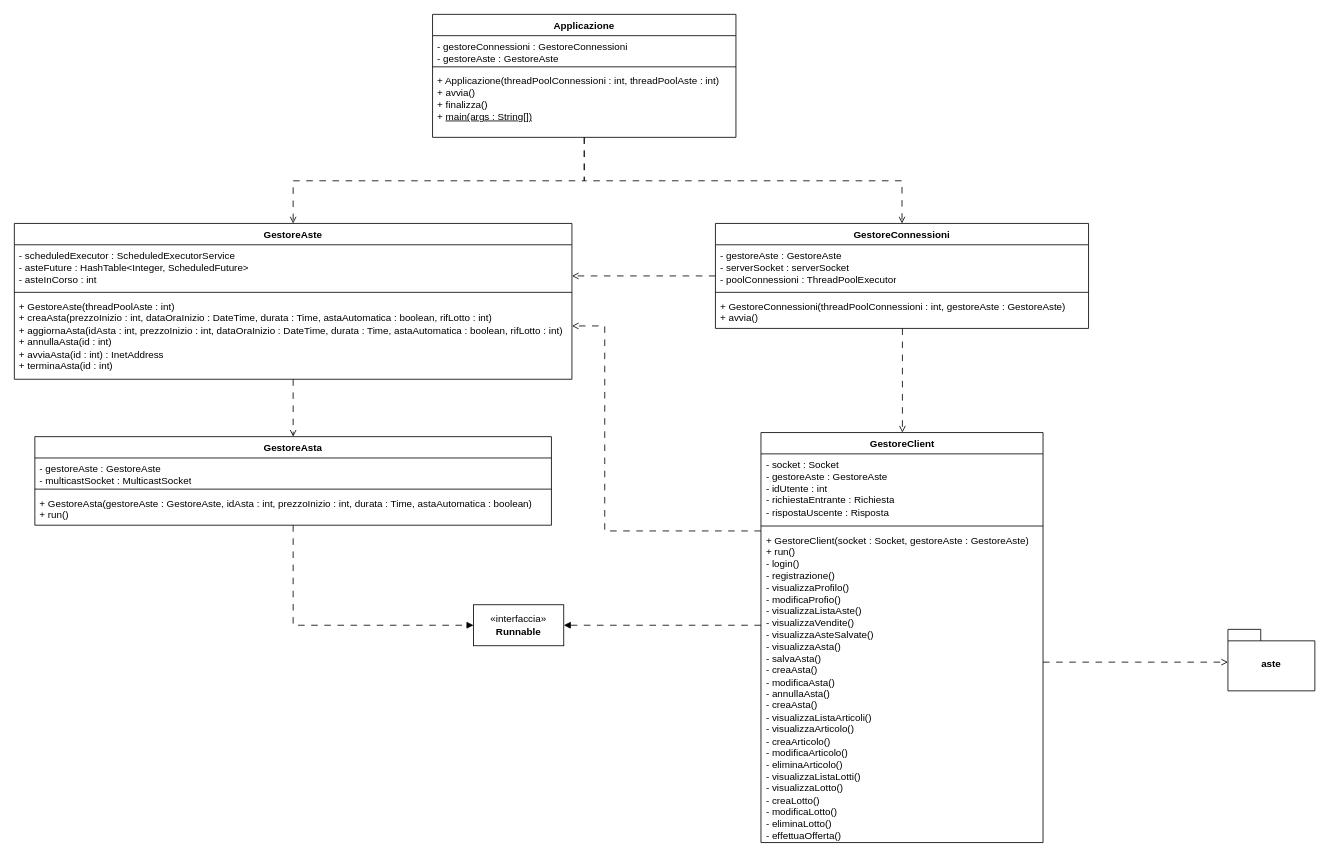
The draw.io diagram documenti/DC-Server.drawio in Chaos-Rat/GAO, before the edit. Source tidied: cells renumbered, new cells numbered last; positions are measured from the earlier drawing's top-left corner, leaving out a move shared by most shapes. Both pictures are drawn from the tidied source at 82%, with x=0, y=0 at pixel (14, 14).
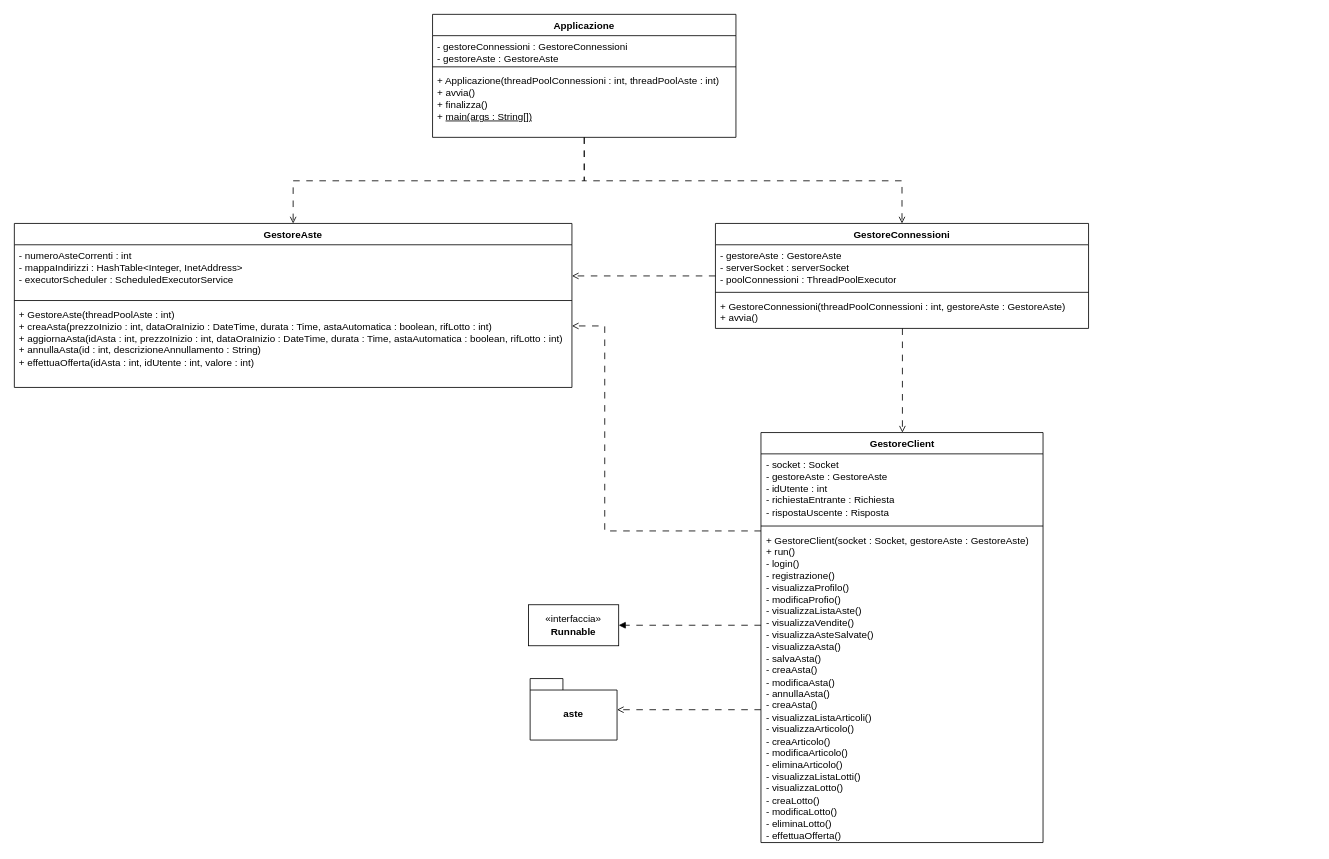
Above is the later version.

Commit message:
Aggiornato diagramma classi server

Unchanged cells that the change refers to:
```xml
<mxCell id="10" value="GestoreClient" style="swimlane;fontStyle=1;align=center;verticalAlign=top;horizontal=1;startSize=26;whiteSpace=wrap;html=1;" parent="1" vertex="1">
  <mxGeometry x="910.5" y="510" width="344" height="500" as="geometry" />
</mxCell>
```

The edit, as a diff of the source:
```diff
@@
-    <mxCell id="8" style="edgeStyle=orthogonalEdgeStyle;rounded=0;jettySize=auto;html=1;dashed=1;dashPattern=8 8;endArrow=block;endFill=1;" parent="1" edge="1" source="10" target="31">
-      <mxGeometry relative="1" as="geometry">
-        <Array as="points">
-          <mxPoint x="830" y="745" />
-          <mxPoint x="830" y="745" />
-        </Array>
-      </mxGeometry>
+    <mxCell id="8" style="edgeStyle=elbowEdgeStyle;rounded=0;jettySize=auto;html=1;dashed=1;dashPattern=8 8;endArrow=block;endFill=1;elbow=vertical;" parent="1" edge="1" source="10" target="31">
+      <mxGeometry relative="1" as="geometry" />
     </mxCell>
-    <mxCell id="9" style="edgeStyle=elbowEdgeStyle;rounded=0;jettySize=auto;html=1;elbow=vertical;dashed=1;dashPattern=8 8;endArrow=open;endFill=0;" parent="1" edge="1" target="32">
-      <mxGeometry relative="1" as="geometry">
-        <mxPoint x="1254.5" y="790" as="sourcePoint" />
-        <Array as="points">
-          <mxPoint x="1367" y="790" />
-        </Array>
-      </mxGeometry>
+    <mxCell id="9" style="edgeStyle=elbowEdgeStyle;rounded=0;jettySize=auto;html=1;dashed=1;dashPattern=8 8;endArrow=open;endFill=0;elbow=vertical;" parent="1" edge="1" source="10" target="32">
+      <mxGeometry relative="1" as="geometry" />
     </mxCell>
@@
-    <mxCell id="20" style="edgeStyle=elbowEdgeStyle;rounded=0;jettySize=auto;html=1;dashed=1;dashPattern=8 8;endArrow=open;endFill=0;" parent="1" edge="1" source="21" target="27">
-      <mxGeometry relative="1" as="geometry">
-        <Array as="points">
-          <mxPoint x="340" y="480" />
-        </Array>
-      </mxGeometry>
-    </mxCell>
     <mxCell id="21" value="GestoreAste" style="swimlane;fontStyle=1;align=center;verticalAlign=top;horizontal=1;startSize=26;whiteSpace=wrap;html=1;" parent="1" vertex="1">
-      <mxGeometry y="255" width="680" height="190" as="geometry" />
+      <mxGeometry y="255" width="680" height="200" as="geometry" />
     </mxCell>
-    <mxCell id="22" value="&lt;div&gt;- scheduledExecutor : ScheduledExecutorService&lt;br&gt;&lt;/div&gt;&lt;div&gt;- asteFuture : HashTable&amp;lt;Integer, ScheduledFuture&amp;gt;&lt;/div&gt;&lt;div&gt;- asteInCorso : int&lt;/div&gt;" style="text;strokeColor=none;fillColor=none;align=left;verticalAlign=top;spacingLeft=4;spacingRight=4;overflow=hidden;whiteSpace=wrap;html=1;" parent="21" vertex="1">
-      <mxGeometry y="26" width="680" height="54" as="geometry" />
+    <mxCell id="22" value="&lt;div&gt;- numeroAsteCorrenti : int&lt;/div&gt;&lt;div&gt;- mappaIndirizzi : HashTable&amp;lt;Integer, InetAddress&amp;gt;&lt;/div&gt;&lt;div&gt;- executorScheduler : ScheduledExecutorService&lt;/div&gt;" style="text;strokeColor=none;fillColor=none;align=left;verticalAlign=top;spacingLeft=4;spacingRight=4;overflow=hidden;whiteSpace=wrap;html=1;" parent="21" vertex="1">
+      <mxGeometry y="26" width="680" height="64" as="geometry" />
     </mxCell>
     <mxCell id="23" style="line;strokeWidth=1;fillColor=none;align=left;verticalAlign=middle;spacingTop=-1;spacingLeft=3;spacingRight=3;labelPosition=right;strokeColor=inherit;" parent="21" vertex="1">
-      <mxGeometry y="80" width="680" height="8" as="geometry" />
+      <mxGeometry y="90" width="680" height="8" as="geometry" />
     </mxCell>
-    <mxCell id="24" value="&lt;div&gt;+ GestoreAste(threadPoolAste : int)&lt;/div&gt;&lt;div&gt;+ creaAsta(prezzoInizio : int, dataOraInizio : DateTime, durata : Time, astaAutomatica : boolean, rifLotto : int)&lt;/div&gt;&lt;div&gt;+ aggiornaAsta(idAsta : int, prezzoInizio : int, dataOraInizio : DateTime, durata : Time, astaAutomatica : boolean, rifLotto : int)&lt;/div&gt;&lt;div&gt;+ annullaAsta(id : int)&lt;/div&gt;&lt;div&gt;+ avviaAsta(id : int) : InetAddress&lt;/div&gt;&lt;div&gt;+ terminaAsta(id : int)&lt;/div&gt;" style="text;strokeColor=none;fillColor=none;align=left;verticalAlign=top;spacingLeft=4;spacingRight=4;overflow=hidden;whiteSpace=wrap;html=1;" parent="21" vertex="1">
-      <mxGeometry y="88" width="680" height="102" as="geometry" />
+    <mxCell id="24" value="&lt;div&gt;+ GestoreAste(threadPoolAste : int)&lt;/div&gt;&lt;div&gt;+ creaAsta(prezzoInizio : int, dataOraInizio : DateTime, durata : Time, astaAutomatica : boolean, rifLotto : int)&lt;/div&gt;&lt;div&gt;+ aggiornaAsta(idAsta : int, prezzoInizio : int, dataOraInizio : DateTime, durata : Time, astaAutomatica : boolean, rifLotto : int)&lt;/div&gt;&lt;div&gt;+ annullaAsta(id : int, descrizioneAnnullamento : String)&lt;/div&gt;&lt;div&gt;+ effettuaOfferta(idAsta : int, idUtente : int, valore : int)&lt;/div&gt;&lt;div&gt;&lt;br&gt;&lt;/div&gt;" style="text;strokeColor=none;fillColor=none;align=left;verticalAlign=top;spacingLeft=4;spacingRight=4;overflow=hidden;whiteSpace=wrap;html=1;" parent="21" vertex="1">
+      <mxGeometry y="98" width="680" height="102" as="geometry" />
     </mxCell>
@@
-    <mxCell id="26" style="edgeStyle=orthogonalEdgeStyle;rounded=0;jettySize=auto;html=1;dashed=1;dashPattern=8 8;endArrow=block;endFill=1;" parent="1" edge="1" source="27" target="31">
-      <mxGeometry relative="1" as="geometry">
-        <Array as="points">
-          <mxPoint x="340" y="745" />
-        </Array>
-      </mxGeometry>
-    </mxCell>
-    <mxCell id="27" value="GestoreAsta" style="swimlane;fontStyle=1;align=center;verticalAlign=top;horizontal=1;startSize=26;whiteSpace=wrap;html=1;" parent="1" vertex="1">
-      <mxGeometry x="25" y="515" width="630" height="108" as="geometry" />
-    </mxCell>
-    <mxCell id="28" value="- gestoreAste : GestoreAste&lt;div&gt;- multicastSocket : MulticastSocket&lt;/div&gt;" style="text;strokeColor=none;fillColor=none;align=left;verticalAlign=top;spacingLeft=4;spacingRight=4;overflow=hidden;whiteSpace=wrap;html=1;" parent="27" vertex="1">
-      <mxGeometry y="26" width="630" height="34" as="geometry" />
-    </mxCell>
-    <mxCell id="29" style="line;strokeWidth=1;fillColor=none;align=left;verticalAlign=middle;spacingTop=-1;spacingLeft=3;spacingRight=3;labelPosition=right;strokeColor=inherit;" parent="27" vertex="1">
-      <mxGeometry y="60" width="630" height="8" as="geometry" />
-    </mxCell>
-    <mxCell id="30" value="+ GestoreAsta(gestoreAste : GestoreAste, idAsta : int, prezzoInizio : int, durata : Time, astaAutomatica : boolean)&lt;div&gt;+ run()&lt;/div&gt;" style="text;strokeColor=none;fillColor=none;align=left;verticalAlign=top;spacingLeft=4;spacingRight=4;overflow=hidden;whiteSpace=wrap;html=1;" parent="27" vertex="1">
-      <mxGeometry y="68" width="630" height="40" as="geometry" />
-    </mxCell>
     <mxCell id="31" value="«interfaccia»&lt;br&gt;&lt;b&gt;Runnable&lt;/b&gt;" style="html=1;whiteSpace=wrap;" parent="1" vertex="1">
-      <mxGeometry x="560" y="720" width="110" height="50" as="geometry" />
+      <mxGeometry x="627" y="720" width="110" height="50" as="geometry" />
     </mxCell>
     <mxCell id="32" value="aste" style="shape=folder;fontStyle=1;spacingTop=10;tabWidth=40;tabHeight=14;tabPosition=left;html=1;whiteSpace=wrap;" parent="1" vertex="1">
-      <mxGeometry x="1480" y="750" width="106" height="75" as="geometry" />
+      <mxGeometry x="629" y="810" width="106" height="75" as="geometry" />
     </mxCell>
```
